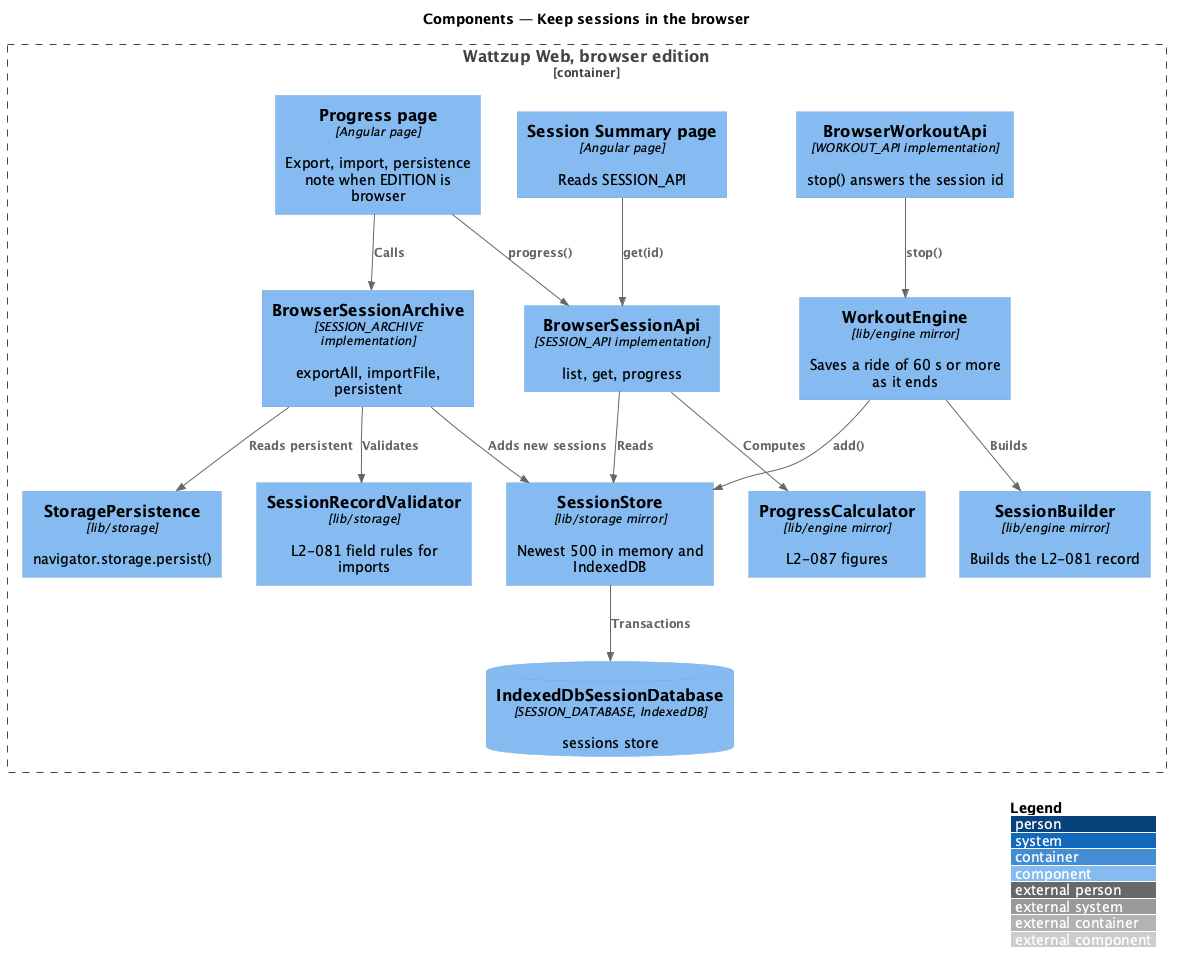
Earlier version of the PlantUML export docs/detailed-designs/browser-edition/keep-sessions-in-browser/diagrams/c4-component.png (QuinntyneBrown/ride-one).
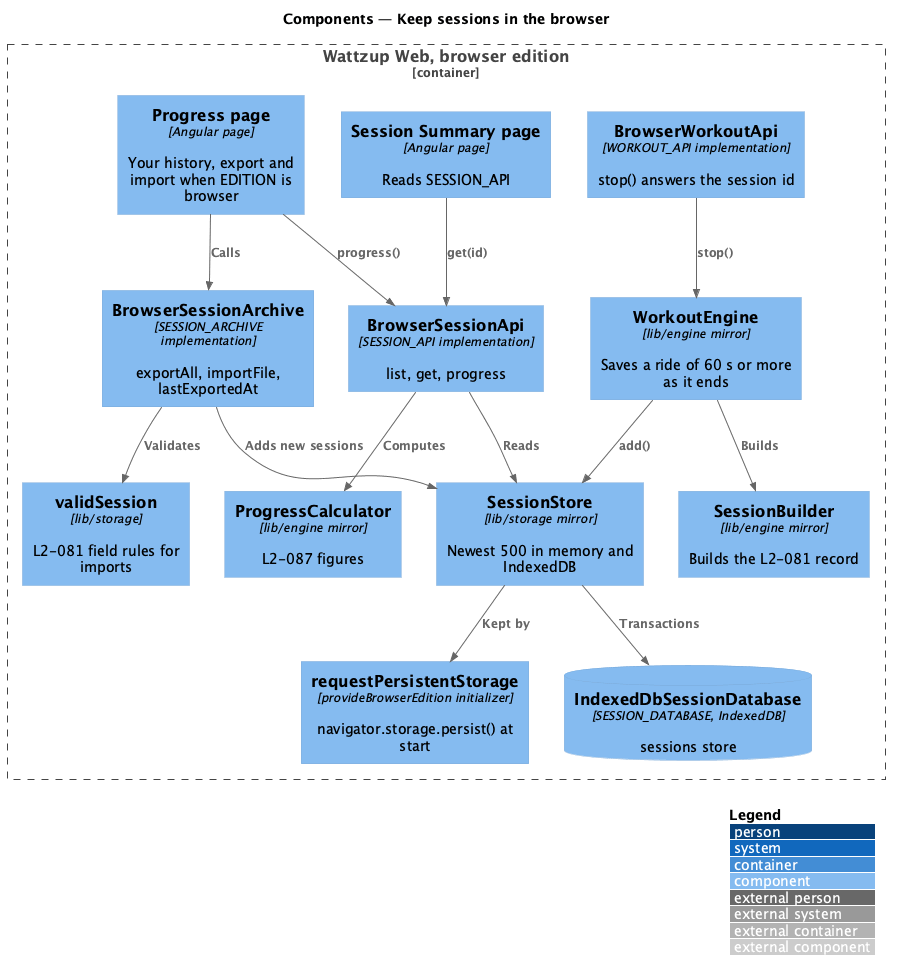
The same file after the commit.

The edit, as a diff of the source:
```diff
@@ -4,17 +4,17 @@
 title Components — Keep sessions in the browser
 
 Container_Boundary(app, "Wattzup Web, browser edition") {
-  Component(progress, "Progress page", "Angular page", "Export, import, persistence note when EDITION is browser")
+  Component(progress, "Progress page", "Angular page", "Your history, export and import when EDITION is browser")
   Component(summary, "Session Summary page", "Angular page", "Reads SESSION_API")
   Component(wapi, "BrowserWorkoutApi", "WORKOUT_API implementation", "stop() answers the session id")
   Component(engine, "WorkoutEngine", "lib/engine mirror", "Saves a ride of 60 s or more as it ends")
   Component(sapi, "BrowserSessionApi", "SESSION_API implementation", "list, get, progress")
-  Component(archive, "BrowserSessionArchive", "SESSION_ARCHIVE implementation", "exportAll, importFile, persistent")
+  Component(archive, "BrowserSessionArchive", "SESSION_ARCHIVE implementation", "exportAll, importFile, lastExportedAt")
   Component(builder, "SessionBuilder", "lib/engine mirror", "Builds the L2-081 record")
   Component(calc, "ProgressCalculator", "lib/engine mirror", "L2-087 figures")
   Component(store, "SessionStore", "lib/storage mirror", "Newest 500 in memory and IndexedDB")
-  Component(validator, "SessionRecordValidator", "lib/storage", "L2-081 field rules for imports")
-  Component(persist, "StoragePersistence", "lib/storage", "navigator.storage.persist()")
+  Component(validator, "validSession", "lib/storage", "L2-081 field rules for imports")
+  Component(persist, "requestPersistentStorage", "provideBrowserEdition initializer", "navigator.storage.persist() at start")
   ComponentDb(db, "IndexedDbSessionDatabase", "SESSION_DATABASE, IndexedDB", "sessions store")
 }
 Rel(progress, archive, "Calls")
@@ -27,6 +27,6 @@
 Rel(sapi, calc, "Computes")
 Rel(archive, validator, "Validates")
 Rel(archive, store, "Adds new sessions")
-Rel(archive, persist, "Reads persistent")
+Rel(store, persist, "Kept by")
 Rel(store, db, "Transactions")
 @enduml
```
